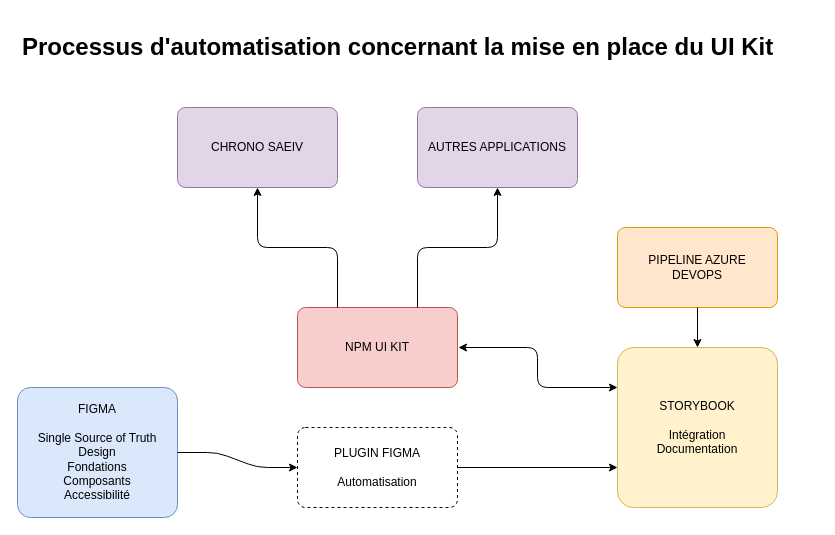
This is Untitled Diagram.drawio from Tim-arts/flowcharts, a draw.io file, before an edit. Source tidied: cells renumbered, new cells numbered last; positions are measured from the earlier drawing's top-left corner, leaving out a move shared by most shapes. Both pictures are drawn from the tidied source at 100%, with x=0, y=0 at pixel (17, 27).
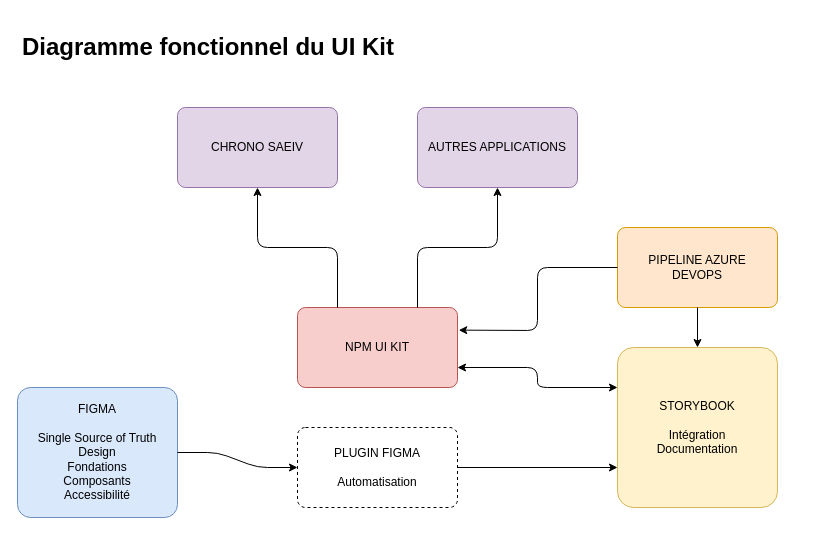
The same diagram, later.

The change refers to these unchanged cells:
```xml
<mxCell id="4" value="STORYBOOK&lt;br&gt;&lt;br&gt;Intégration&lt;br&gt;Documentation" style="rounded=1;whiteSpace=wrap;html=1;arcSize=10;fillColor=#fff2cc;strokeColor=#d6b656;" parent="1" vertex="1">
  <mxGeometry x="600" y="320" width="160" height="160" as="geometry" />
</mxCell>
<mxCell id="5" value="PIPELINE AZURE&lt;br&gt;DEVOPS" style="rounded=1;whiteSpace=wrap;html=1;arcSize=10;fillColor=#ffe6cc;strokeColor=#d79b00;" parent="1" vertex="1">
  <mxGeometry x="600" y="200" width="160" height="80" as="geometry" />
</mxCell>
<mxCell id="9" value="NPM UI KIT" style="rounded=1;whiteSpace=wrap;html=1;arcSize=10;fillColor=#f8cecc;strokeColor=#b85450;" parent="1" vertex="1">
  <mxGeometry x="280" y="280" width="160" height="80" as="geometry" />
</mxCell>
```

Diff of the diagram source:
```diff
@@
-    <mxCell id="2" value="&lt;h1&gt;Processus d'automatisation concernant la mise en place du UI Kit&lt;/h1&gt;" style="text;html=1;strokeColor=none;fillColor=none;spacing=5;spacingTop=-20;whiteSpace=wrap;overflow=hidden;rounded=0;" parent="1" vertex="1">
+    <mxCell id="2" value="&lt;h1&gt;Diagramme fonctionnel du UI Kit&lt;/h1&gt;" style="text;html=1;strokeColor=none;fillColor=none;spacing=5;spacingTop=-20;whiteSpace=wrap;overflow=hidden;rounded=0;" parent="1" vertex="1">
       <mxGeometry width="800" height="40" as="geometry" />
     </mxCell>
@@
-    <mxCell id="13" style="endArrow=classic;startArrow=classic;html=1;shadow=0;endSize=6;strokeColor=#000000;entryX=0;entryY=0.25;entryDx=0;entryDy=0;" parent="1" edge="1" target="4">
+    <mxCell id="13" style="endArrow=classic;startArrow=classic;html=1;shadow=0;endSize=6;strokeColor=#000000;entryX=0;entryY=0.25;entryDx=0;entryDy=0;exitX=1;exitY=0.75;exitDx=0;exitDy=0;" parent="1" edge="1" source="9" target="4">
       <mxGeometry relative="1" as="geometry">
-        <mxPoint x="441" y="320" as="sourcePoint" />
         <Array as="points">
-          <mxPoint x="520" y="320" />
+          <mxPoint x="520" y="340" />
           <mxPoint x="520" y="360" />
         </Array>
       </mxGeometry>
     </mxCell>
@@
+    <mxCell id="16" style="endArrow=classic;html=1;entryX=1.008;entryY=0.283;entryDx=0;entryDy=0;entryPerimeter=0;exitX=0;exitY=0.5;exitDx=0;exitDy=0;" parent="1" edge="1" source="5" target="9">
+      <mxGeometry relative="1" as="geometry">
+        <Array as="points">
+          <mxPoint x="520" y="240" />
+          <mxPoint x="520" y="303" />
+        </Array>
+      </mxGeometry>
+    </mxCell>
```
